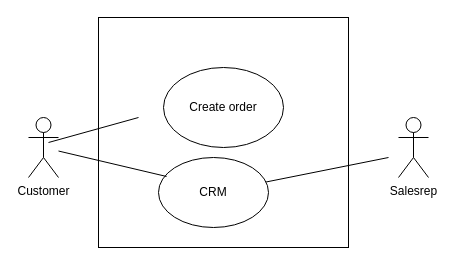
Earlier version of the draw.io diagram Untitled Diagram.drawio (adnanjunaidy/UML-Diagrams). Source tidied: cells renumbered, new cells numbered last; positions are measured from the earlier drawing's top-left corner, leaving out a move shared by most shapes. Both pictures are drawn from the tidied source at 100%, with x=0, y=0 at pixel (28, 17).
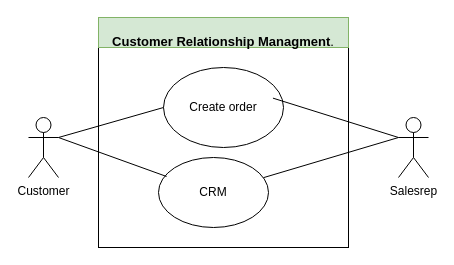
Above is the later version.

What changed in the source:
```diff
@@
 <mxGraphModel>
   <root>
     <mxCell id="0" />
     <mxCell id="1" parent="0" />
     <mxCell id="2" value="Customer" style="shape=umlActor;verticalLabelPosition=bottom;verticalAlign=top;html=1;outlineConnect=0;" parent="1" vertex="1">
       <mxGeometry y="100" width="30" height="60" as="geometry" />
     </mxCell>
     <mxCell id="3" style="rounded=0;whiteSpace=wrap;html=1;" parent="1" vertex="1">
       <mxGeometry x="70" width="250" height="230" as="geometry" />
     </mxCell>
     <mxCell id="4" value="Create order" style="ellipse;whiteSpace=wrap;html=1;" parent="1" vertex="1">
       <mxGeometry x="135" y="50" width="120" height="80" as="geometry" />
     </mxCell>
-    <mxCell id="5" style="endArrow=none;html=1;rounded=0;entryX=0.24;entryY=0.413;entryDx=0;entryDy=0;entryPerimeter=0;" parent="1" edge="1">
+    <mxCell id="5" style="endArrow=none;html=1;rounded=0;entryX=0;entryY=0.5;entryDx=0;entryDy=0;" parent="1" edge="1" target="4">
       <mxGeometry relative="1" as="geometry">
-        <mxPoint x="20" y="125" as="sourcePoint" />
-        <mxPoint x="110" y="100" as="targetPoint" />
+        <mxPoint x="30" y="120" as="sourcePoint" />
       </mxGeometry>
     </mxCell>
     <mxCell id="6" value="Salesrep" style="shape=umlActor;verticalLabelPosition=bottom;verticalAlign=top;html=1;outlineConnect=0;" parent="1" vertex="1">
       <mxGeometry x="370" y="100" width="30" height="60" as="geometry" />
     </mxCell>
-    <mxCell id="7" style="endArrow=none;html=1;rounded=0;" parent="1" edge="1" target="8">
-      <mxGeometry relative="1" as="geometry">
-        <mxPoint x="360" y="140" as="sourcePoint" />
-      </mxGeometry>
+    <mxCell id="7" style="endArrow=none;html=1;rounded=0;exitX=0;exitY=0.3333333333333333;exitDx=0;exitDy=0;exitPerimeter=0;" parent="1" edge="1" source="6" target="8">
+      <mxGeometry relative="1" as="geometry" />
     </mxCell>
     <mxCell id="8" value="CRM" style="ellipse;whiteSpace=wrap;html=1;" parent="1" vertex="1">
       <mxGeometry x="130" y="140" width="110" height="70" as="geometry" />
     </mxCell>
-    <mxCell id="9" style="endArrow=none;html=1;rounded=0;entryX=0.073;entryY=0.271;entryDx=0;entryDy=0;entryPerimeter=0;" parent="1" edge="1" source="2" target="8">
+    <mxCell id="9" style="endArrow=none;html=1;rounded=0;entryX=0.073;entryY=0.271;entryDx=0;entryDy=0;entryPerimeter=0;exitX=1;exitY=0.3333333333333333;exitDx=0;exitDy=0;exitPerimeter=0;" parent="1" edge="1" source="2" target="8">
       <mxGeometry relative="1" as="geometry" />
     </mxCell>
+    <mxCell id="10" style="endArrow=none;html=1;rounded=0;entryX=0;entryY=0.3333333333333333;entryDx=0;entryDy=0;entryPerimeter=0;exitX=0.912;exitY=0.383;exitDx=0;exitDy=0;exitPerimeter=0;" parent="1" edge="1" source="4" target="6">
+      <mxGeometry relative="1" as="geometry" />
+    </mxCell>
+    <mxCell id="11" value="&lt;h1 style=&quot;margin-top: 0px;&quot;&gt;&lt;font style=&quot;font-size: 13px;&quot;&gt;&lt;span style=&quot;background-color: transparent; color: light-dark(rgb(0, 0, 0), rgb(255, 255, 255));&quot;&gt;Customer Relationship Managment&lt;/span&gt;&lt;span style=&quot;background-color: transparent; color: light-dark(rgb(0, 0, 0), rgb(255, 255, 255)); font-weight: normal;&quot;&gt;.&lt;/span&gt;&lt;/font&gt;&lt;/h1&gt;" style="text;html=1;whiteSpace=wrap;overflow=hidden;rounded=0;fillColor=#d5e8d4;strokeColor=#82b366;align=center;" parent="1" vertex="1">
+      <mxGeometry x="70" width="250" height="30" as="geometry" />
+    </mxCell>
   </root>
 </mxGraphModel>
```
